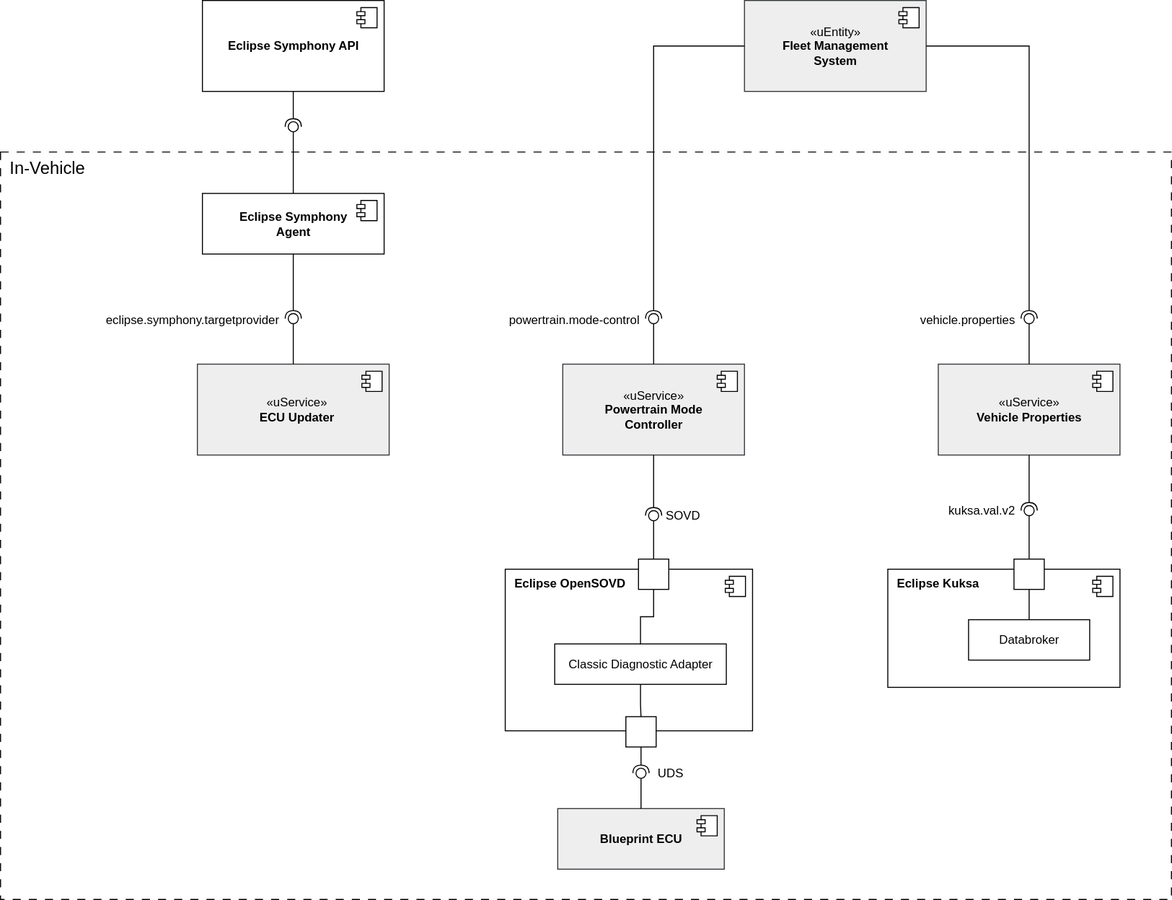
This is Top Level View.drawio.svg from eclipse-sdv-blueprints/commercial-sdv-stack, a draw.io export, as it was before one commit. Source tidied: cells renumbered, new cells last; positions are measured from the earlier drawing's top-left corner, leaving out a move shared by most shapes.
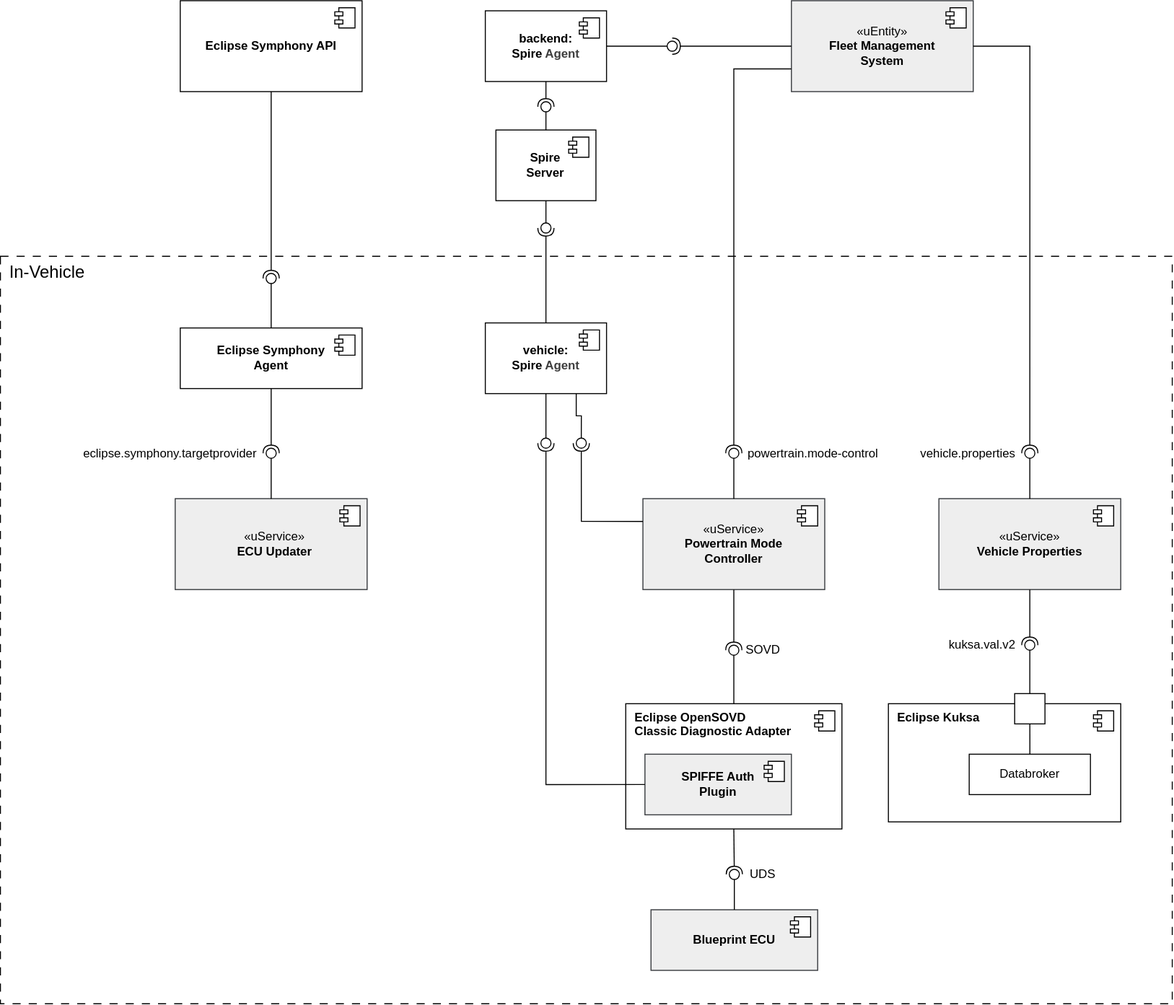
The same file after the commit.

Change to the diagram source:
```diff
@@ -3,30 +3,18 @@
     <mxCell id="0" />
     <mxCell id="1" parent="0" />
     <mxCell id="2" value="In-Vehicle" style="rounded=0;whiteSpace=wrap;html=1;fillColor=none;dashed=1;dashPattern=8 8;align=left;verticalAlign=top;fontSize=17;spacingLeft=7.874;" parent="1" vertex="1">
-      <mxGeometry y="150" width="1160" height="740" as="geometry" />
+      <mxGeometry y="253" width="1160" height="740" as="geometry" />
     </mxCell>
-    <mxCell id="3" value="&lt;b&gt;Eclipse OpenSOVD&lt;/b&gt;" style="html=1;whiteSpace=wrap;verticalAlign=top;align=left;spacingLeft=7.874;" parent="1" vertex="1">
-      <mxGeometry x="500" y="563" width="245" height="160" as="geometry" />
+    <mxCell id="3" value="&lt;b&gt;Eclipse OpenSOVD&lt;/b&gt;&lt;div&gt;&lt;b&gt;Classic Diagnostic Adapter&lt;/b&gt;&lt;/div&gt;" style="html=1;whiteSpace=wrap;verticalAlign=top;align=left;spacingLeft=7.874;" parent="1" vertex="1">
+      <mxGeometry x="619" y="696" width="214" height="124" as="geometry" />
     </mxCell>
     <mxCell id="4" style="shape=module;jettyWidth=8;jettyHeight=4;" parent="3" vertex="1">
       <mxGeometry x="1" width="20" height="20" relative="1" as="geometry">
         <mxPoint x="-27" y="7" as="offset" />
       </mxGeometry>
     </mxCell>
-    <mxCell id="5" style="html=1;rounded=0;direction=west;rotation=-90;" parent="1" vertex="1">
-      <mxGeometry x="632" y="553" width="30" height="30" as="geometry" />
-    </mxCell>
-    <mxCell id="6" style="edgeStyle=orthogonalEdgeStyle;rounded=0;jettySize=auto;html=1;entryX=0;entryY=0.5;entryDx=0;entryDy=0;endArrow=none;endFill=0;" parent="1" edge="1" source="7" target="33">
-      <mxGeometry relative="1" as="geometry" />
-    </mxCell>
-    <mxCell id="7" value="Classic Diagnostic Adapter" style="fontStyle=0;html=1;whiteSpace=wrap;" parent="1" vertex="1">
-      <mxGeometry x="549" y="637" width="170" height="40" as="geometry" />
-    </mxCell>
-    <mxCell id="8" style="edgeStyle=orthogonalEdgeStyle;rounded=0;jettySize=auto;html=1;exitX=1;exitY=0.5;exitDx=0;exitDy=0;entryX=0.5;entryY=0;entryDx=0;entryDy=0;endArrow=none;endFill=0;" parent="1" edge="1" source="5" target="7">
-      <mxGeometry relative="1" as="geometry" />
-    </mxCell>
     <mxCell id="9" value="«uService»&lt;br&gt;&lt;b&gt;ECU Updater&lt;/b&gt;" style="html=1;whiteSpace=wrap;fillColor=#eeeeee;strokeColor=#36393d;align=center;verticalAlign=middle;spacingLeft=7.874;" parent="1" vertex="1">
-      <mxGeometry x="195" y="360" width="190" height="90" as="geometry" />
+      <mxGeometry x="173" y="493" width="190" height="90" as="geometry" />
     </mxCell>
     <mxCell id="10" style="shape=module;jettyWidth=8;jettyHeight=4;" parent="9" vertex="1">
       <mxGeometry x="1" width="20" height="20" relative="1" as="geometry">
@@ -34,7 +22,7 @@
       </mxGeometry>
     </mxCell>
     <mxCell id="11" value="&lt;b&gt;Eclipse Symphony&lt;/b&gt;&lt;div&gt;&lt;b&gt;Agent&lt;/b&gt;&lt;/div&gt;" style="html=1;whiteSpace=wrap;" parent="1" vertex="1">
-      <mxGeometry x="200" y="191" width="180" height="60" as="geometry" />
+      <mxGeometry x="178" y="324" width="180" height="60" as="geometry" />
     </mxCell>
     <mxCell id="12" style="shape=module;jettyWidth=8;jettyHeight=4;" parent="11" vertex="1">
       <mxGeometry x="1" width="20" height="20" relative="1" as="geometry">
@@ -48,10 +36,10 @@
       <mxGeometry relative="1" as="geometry" />
     </mxCell>
     <mxCell id="15" value="eclipse.symphony.targetprovider" style="ellipse;align=right;fillColor=none;strokeColor=none;perimeter=centerPerimeter;points=[];outlineConnect=1;labelPosition=left;verticalLabelPosition=middle;verticalAlign=middle;spacingLeft=0;fontColor=default;spacingRight=7.874;" parent="1" vertex="1">
-      <mxGeometry x="285" y="310" width="10" height="10" as="geometry" />
+      <mxGeometry x="263" y="443" width="10" height="10" as="geometry" />
     </mxCell>
     <mxCell id="16" value="«uService»&lt;br&gt;&lt;b&gt;Vehicle Properties&lt;/b&gt;" style="html=1;whiteSpace=wrap;fillColor=#eeeeee;strokeColor=#36393d;" parent="1" vertex="1">
-      <mxGeometry x="929" y="360" width="180" height="90" as="geometry" />
+      <mxGeometry x="929" y="493" width="180" height="90" as="geometry" />
     </mxCell>
     <mxCell id="17" style="shape=module;jettyWidth=8;jettyHeight=4;" parent="16" vertex="1">
       <mxGeometry x="1" width="20" height="20" relative="1" as="geometry">
@@ -59,7 +47,7 @@
       </mxGeometry>
     </mxCell>
     <mxCell id="18" value="&lt;b&gt;Eclipse Kuksa&lt;/b&gt;" style="html=1;whiteSpace=wrap;verticalAlign=top;align=left;spacingLeft=7.874;" parent="1" vertex="1">
-      <mxGeometry x="879" y="563" width="230" height="117" as="geometry" />
+      <mxGeometry x="879" y="696" width="230" height="117" as="geometry" />
     </mxCell>
     <mxCell id="19" style="shape=module;jettyWidth=8;jettyHeight=4;" parent="18" vertex="1">
       <mxGeometry x="1" width="20" height="20" relative="1" as="geometry">
@@ -70,10 +58,10 @@
       <mxGeometry relative="1" as="geometry" />
     </mxCell>
     <mxCell id="21" style="html=1;rounded=0;direction=west;rotation=-90;" parent="1" vertex="1">
-      <mxGeometry x="1004" y="553" width="30" height="30" as="geometry" />
+      <mxGeometry x="1004" y="686" width="30" height="30" as="geometry" />
     </mxCell>
     <mxCell id="22" value="Databroker" style="fontStyle=0;html=1;whiteSpace=wrap;" parent="1" vertex="1">
-      <mxGeometry x="959" y="613" width="120" height="40" as="geometry" />
+      <mxGeometry x="959" y="746" width="120" height="40" as="geometry" />
     </mxCell>
     <mxCell id="23" style="rounded=0;jettySize=auto;html=1;endArrow=halfCircle;endFill=0;endSize=6;strokeWidth=1;sketch=0;exitX=0.5;exitY=1;exitDx=0;exitDy=0;align=right;labelPosition=left;verticalLabelPosition=middle;verticalAlign=middle;" parent="1" edge="1" source="16" target="25">
       <mxGeometry relative="1" as="geometry" />
@@ -82,10 +70,10 @@
       <mxGeometry relative="1" as="geometry" />
     </mxCell>
     <mxCell id="25" value="kuksa.val.v2" style="ellipse;whiteSpace=wrap;html=1;align=right;fillColor=none;strokeColor=none;perimeter=centerPerimeter;points=[];outlineConnect=1;labelPosition=left;verticalLabelPosition=middle;verticalAlign=middle;spacingRight=7.874;" parent="1" vertex="1">
-      <mxGeometry x="1014" y="500" width="10" height="10" as="geometry" />
+      <mxGeometry x="1014" y="633" width="10" height="10" as="geometry" />
     </mxCell>
     <mxCell id="26" value="&lt;b&gt;Eclipse Symphony API&lt;/b&gt;" style="html=1;whiteSpace=wrap;" parent="1" vertex="1">
-      <mxGeometry x="200" width="180" height="90" as="geometry" />
+      <mxGeometry x="178" width="180" height="90" as="geometry" />
     </mxCell>
     <mxCell id="27" style="shape=module;jettyWidth=8;jettyHeight=4;" parent="26" vertex="1">
       <mxGeometry x="1" width="20" height="20" relative="1" as="geometry">
@@ -99,21 +87,18 @@
       <mxGeometry relative="1" as="geometry" />
     </mxCell>
     <mxCell id="30" style="ellipse;whiteSpace=wrap;html=1;align=center;fillColor=none;strokeColor=none;perimeter=centerPerimeter;points=[];outlineConnect=1;" parent="1" vertex="1">
-      <mxGeometry x="285" y="120" width="10" height="10" as="geometry" />
+      <mxGeometry x="263" y="270" width="10" height="10" as="geometry" />
     </mxCell>
     <mxCell id="31" value="&lt;b&gt;Blueprint ECU&lt;/b&gt;" style="html=1;whiteSpace=wrap;fillColor=#eeeeee;strokeColor=#36393d;" parent="1" vertex="1">
-      <mxGeometry x="552" y="800" width="165" height="60" as="geometry" />
+      <mxGeometry x="644" y="900" width="165" height="60" as="geometry" />
     </mxCell>
     <mxCell id="32" style="shape=module;jettyWidth=8;jettyHeight=4;" parent="31" vertex="1">
       <mxGeometry x="1" width="20" height="20" relative="1" as="geometry">
         <mxPoint x="-27" y="7" as="offset" />
       </mxGeometry>
     </mxCell>
-    <mxCell id="33" style="html=1;rounded=0;direction=west;rotation=-90;" parent="1" vertex="1">
-      <mxGeometry x="619.5" y="709" width="30" height="30" as="geometry" />
-    </mxCell>
     <mxCell id="34" value="«uService»&lt;br&gt;&lt;b&gt;Powertrain Mode&lt;/b&gt;&lt;div&gt;&lt;b&gt;Controller&lt;/b&gt;&lt;/div&gt;" style="html=1;whiteSpace=wrap;fillColor=#eeeeee;strokeColor=#36393d;" parent="1" vertex="1">
-      <mxGeometry x="557" y="360" width="180" height="90" as="geometry" />
+      <mxGeometry x="636" y="493" width="180" height="90" as="geometry" />
     </mxCell>
     <mxCell id="35" style="shape=module;jettyWidth=8;jettyHeight=4;" parent="34" vertex="1">
       <mxGeometry x="1" width="20" height="20" relative="1" as="geometry">
@@ -121,24 +106,24 @@
       </mxGeometry>
     </mxCell>
     <mxCell id="36" style="ellipse;whiteSpace=wrap;html=1;align=center;fillColor=none;strokeColor=none;perimeter=centerPerimeter;" parent="1" vertex="1">
-      <mxGeometry x="642" y="503" width="10" height="10" as="geometry" />
+      <mxGeometry x="721" y="636" width="10" height="10" as="geometry" />
     </mxCell>
     <mxCell id="37" value="«uEntity»&lt;br&gt;&lt;b&gt;Fleet Management&lt;/b&gt;&lt;div&gt;&lt;b&gt;System&lt;/b&gt;&lt;/div&gt;" style="html=1;whiteSpace=wrap;fillColor=#eeeeee;strokeColor=#36393d;" parent="1" vertex="1">
-      <mxGeometry x="737" width="180" height="90" as="geometry" />
+      <mxGeometry x="783" width="180" height="90" as="geometry" />
     </mxCell>
     <mxCell id="38" style="shape=module;jettyWidth=8;jettyHeight=4;" parent="37" vertex="1">
       <mxGeometry x="1" width="20" height="20" relative="1" as="geometry">
         <mxPoint x="-27" y="7" as="offset" />
       </mxGeometry>
     </mxCell>
-    <mxCell id="39" style="rounded=0;jettySize=auto;html=1;endArrow=halfCircle;endFill=0;endSize=6;strokeWidth=1;sketch=0;exitX=0;exitY=0.5;exitDx=0;exitDy=0;edgeStyle=orthogonalEdgeStyle;" parent="1" edge="1" source="37" target="41">
+    <mxCell id="39" style="rounded=0;jettySize=auto;html=1;endArrow=halfCircle;endFill=0;endSize=6;strokeWidth=1;sketch=0;exitX=0;exitY=0.75;exitDx=0;exitDy=0;edgeStyle=orthogonalEdgeStyle;" parent="1" edge="1" source="37" target="41">
       <mxGeometry relative="1" as="geometry" />
     </mxCell>
     <mxCell id="40" style="rounded=0;jettySize=auto;html=1;endArrow=oval;endFill=0;sketch=0;sourcePerimeterSpacing=0;targetPerimeterSpacing=0;endSize=10;exitX=0.5;exitY=0;exitDx=0;exitDy=0;" parent="1" edge="1" source="34" target="41">
       <mxGeometry relative="1" as="geometry" />
     </mxCell>
-    <mxCell id="41" value="powertrain.mode-control" style="ellipse;align=right;fillColor=none;strokeColor=none;perimeter=centerPerimeter;points=[];outlineConnect=1;fontColor=default;labelPosition=left;verticalLabelPosition=middle;verticalAlign=middle;spacingRight=7.874;" parent="1" vertex="1">
-      <mxGeometry x="642" y="310" width="10" height="10" as="geometry" />
+    <mxCell id="41" value="powertrain.mode-control" style="ellipse;align=left;fillColor=none;strokeColor=none;perimeter=centerPerimeter;points=[];outlineConnect=1;fontColor=default;labelPosition=left;verticalLabelPosition=middle;verticalAlign=middle;spacingRight=0;spacingLeft=27;" parent="1" vertex="1">
+      <mxGeometry x="721" y="443" width="10" height="10" as="geometry" />
     </mxCell>
     <mxCell id="42" style="rounded=0;jettySize=auto;html=1;endArrow=halfCircle;endFill=0;endSize=6;strokeWidth=1;sketch=0;exitX=1;exitY=0.5;exitDx=0;exitDy=0;edgeStyle=orthogonalEdgeStyle;" parent="1" edge="1" source="37" target="44">
       <mxGeometry relative="1" as="geometry" />
@@ -147,25 +132,102 @@
       <mxGeometry relative="1" as="geometry" />
     </mxCell>
     <mxCell id="44" value="vehicle.properties" style="ellipse;align=right;fillColor=none;strokeColor=none;perimeter=centerPerimeter;points=[];outlineConnect=1;labelPosition=left;verticalLabelPosition=middle;verticalAlign=middle;spacingRight=7.874;" parent="1" vertex="1">
-      <mxGeometry x="1014" y="310" width="10" height="10" as="geometry" />
+      <mxGeometry x="1014" y="443" width="10" height="10" as="geometry" />
     </mxCell>
     <mxCell id="45" style="rounded=0;jettySize=auto;html=1;endArrow=halfCircle;endFill=0;endSize=6;strokeWidth=1;sketch=0;exitX=0.5;exitY=1;exitDx=0;exitDy=0;" parent="1" edge="1" source="34" target="47">
       <mxGeometry relative="1" as="geometry" />
     </mxCell>
-    <mxCell id="46" style="rounded=0;jettySize=auto;html=1;endArrow=oval;endFill=0;sketch=0;sourcePerimeterSpacing=0;targetPerimeterSpacing=0;endSize=10;exitX=0;exitY=0.5;exitDx=0;exitDy=0;" parent="1" edge="1" source="5" target="47">
+    <mxCell id="46" style="rounded=0;jettySize=auto;html=1;endArrow=oval;endFill=0;sketch=0;sourcePerimeterSpacing=0;targetPerimeterSpacing=0;endSize=10;exitX=0.5;exitY=0;exitDx=0;exitDy=0;" parent="1" edge="1" source="3" target="47">
       <mxGeometry relative="1" as="geometry" />
     </mxCell>
     <mxCell id="47" value="SOVD" style="ellipse;whiteSpace=wrap;html=1;align=left;fillColor=none;strokeColor=none;perimeter=centerPerimeter;points=[];outlineConnect=1;spacingRight=0;spacingLeft=15.748;" parent="1" vertex="1">
-      <mxGeometry x="642" y="505" width="10" height="10" as="geometry" />
+      <mxGeometry x="721" y="638" width="10" height="10" as="geometry" />
     </mxCell>
-    <mxCell id="48" style="rounded=0;jettySize=auto;html=1;endArrow=halfCircle;endFill=0;endSize=6;strokeWidth=1;sketch=0;exitX=1;exitY=0.5;exitDx=0;exitDy=0;" parent="1" edge="1" source="33" target="50">
+    <mxCell id="48" style="rounded=0;jettySize=auto;html=1;endArrow=halfCircle;endFill=0;endSize=6;strokeWidth=1;sketch=0;exitX=0.5;exitY=1;exitDx=0;exitDy=0;" parent="1" edge="1" source="3" target="50">
       <mxGeometry relative="1" as="geometry" />
     </mxCell>
     <mxCell id="49" style="rounded=0;jettySize=auto;html=1;endArrow=oval;endFill=0;sketch=0;sourcePerimeterSpacing=0;targetPerimeterSpacing=0;endSize=10;exitX=0.5;exitY=0;exitDx=0;exitDy=0;" parent="1" edge="1" source="31" target="50">
       <mxGeometry relative="1" as="geometry" />
     </mxCell>
     <mxCell id="50" value="UDS" style="ellipse;whiteSpace=wrap;html=1;align=left;fillColor=none;strokeColor=none;perimeter=centerPerimeter;points=[];outlineConnect=1;spacingLeft=19.685;" parent="1" vertex="1">
-      <mxGeometry x="629.5" y="760" width="10" height="10" as="geometry" />
+      <mxGeometry x="721.5" y="860" width="10" height="10" as="geometry" />
     </mxCell>
+    <mxCell id="51" value="&lt;b&gt;Spire&lt;br&gt;Server&lt;/b&gt;" style="html=1;whiteSpace=wrap;" parent="1" vertex="1">
+      <mxGeometry x="490.5" y="128" width="99" height="70" as="geometry" />
+    </mxCell>
+    <mxCell id="52" style="shape=module;jettyWidth=8;jettyHeight=4;" parent="51" vertex="1">
+      <mxGeometry x="1" width="20" height="20" relative="1" as="geometry">
+        <mxPoint x="-27" y="7" as="offset" />
+      </mxGeometry>
+    </mxCell>
+    <mxCell id="53" value="&lt;b&gt;backend:&lt;/b&gt;&lt;div&gt;&lt;b&gt;Spire&amp;nbsp;&lt;/b&gt;&lt;b style=&quot;color: rgb(63, 63, 63); background-color: transparent;&quot;&gt;Agent&lt;/b&gt;&lt;/div&gt;" style="html=1;whiteSpace=wrap;" parent="1" vertex="1">
+      <mxGeometry x="480" y="10" width="120" height="70" as="geometry" />
+    </mxCell>
+    <mxCell id="54" style="shape=module;jettyWidth=8;jettyHeight=4;" parent="53" vertex="1">
+      <mxGeometry x="1" width="20" height="20" relative="1" as="geometry">
+        <mxPoint x="-27" y="7" as="offset" />
+      </mxGeometry>
+    </mxCell>
+    <mxCell id="55" style="rounded=0;jettySize=auto;html=1;endArrow=halfCircle;endFill=0;endSize=6;strokeWidth=1;sketch=0;exitX=0.5;exitY=1;exitDx=0;exitDy=0;" parent="1" edge="1" source="53" target="57">
+      <mxGeometry relative="1" as="geometry" />
+    </mxCell>
+    <mxCell id="56" style="rounded=0;jettySize=auto;html=1;endArrow=oval;endFill=0;sketch=0;sourcePerimeterSpacing=0;targetPerimeterSpacing=0;endSize=10;exitX=0.5;exitY=0;exitDx=0;exitDy=0;" parent="1" edge="1" source="51" target="57">
+      <mxGeometry relative="1" as="geometry" />
+    </mxCell>
+    <mxCell id="57" style="ellipse;whiteSpace=wrap;html=1;align=center;fillColor=none;strokeColor=none;perimeter=centerPerimeter;points=[];outlineConnect=1;" parent="1" vertex="1">
+      <mxGeometry x="535" y="100" width="10" height="10" as="geometry" />
+    </mxCell>
+    <mxCell id="58" style="rounded=0;jettySize=auto;html=1;endArrow=halfCircle;endFill=0;endSize=6;strokeWidth=1;sketch=0;exitX=0;exitY=0.5;exitDx=0;exitDy=0;" parent="1" edge="1" source="37" target="60">
+      <mxGeometry relative="1" as="geometry" />
+    </mxCell>
+    <mxCell id="59" style="rounded=0;jettySize=auto;html=1;endArrow=oval;endFill=0;sketch=0;sourcePerimeterSpacing=0;targetPerimeterSpacing=0;endSize=10;exitX=1;exitY=0.5;exitDx=0;exitDy=0;" parent="1" edge="1" source="53" target="60">
+      <mxGeometry relative="1" as="geometry" />
+    </mxCell>
+    <mxCell id="60" style="ellipse;whiteSpace=wrap;html=1;align=center;fillColor=none;strokeColor=none;perimeter=centerPerimeter;points=[];outlineConnect=1;" parent="1" vertex="1">
+      <mxGeometry x="660" y="40" width="10" height="10" as="geometry" />
+    </mxCell>
+    <mxCell id="61" value="&lt;b&gt;vehicle:&lt;/b&gt;&lt;div&gt;&lt;b&gt;Spire &lt;/b&gt;&lt;b style=&quot;color: rgb(63, 63, 63); background-color: transparent;&quot;&gt;Agent&lt;/b&gt;&lt;/div&gt;" style="html=1;whiteSpace=wrap;" parent="1" vertex="1">
+      <mxGeometry x="480" y="319" width="120" height="70" as="geometry" />
+    </mxCell>
+    <mxCell id="62" style="shape=module;jettyWidth=8;jettyHeight=4;" parent="61" vertex="1">
+      <mxGeometry x="1" width="20" height="20" relative="1" as="geometry">
+        <mxPoint x="-27" y="7" as="offset" />
+      </mxGeometry>
+    </mxCell>
+    <mxCell id="63" value="&lt;b&gt;SPIFFE Auth&lt;/b&gt;&lt;div&gt;&lt;b&gt;Plugin&lt;/b&gt;&lt;/div&gt;" style="html=1;whiteSpace=wrap;fillColor=#eeeeee;strokeColor=#36393d;" parent="1" vertex="1">
+      <mxGeometry x="638" y="746" width="145" height="60" as="geometry" />
+    </mxCell>
+    <mxCell id="64" style="shape=module;jettyWidth=8;jettyHeight=4;" parent="63" vertex="1">
+      <mxGeometry x="1" width="20" height="20" relative="1" as="geometry">
+        <mxPoint x="-27" y="7" as="offset" />
+      </mxGeometry>
+    </mxCell>
+    <mxCell id="65" style="rounded=0;jettySize=auto;html=1;endArrow=halfCircle;endFill=0;endSize=6;strokeWidth=1;sketch=0;exitX=0.5;exitY=0;exitDx=0;exitDy=0;" parent="1" edge="1" source="61" target="67">
+      <mxGeometry relative="1" as="geometry" />
+    </mxCell>
+    <mxCell id="66" style="rounded=0;jettySize=auto;html=1;endArrow=oval;endFill=0;sketch=0;sourcePerimeterSpacing=0;targetPerimeterSpacing=0;endSize=10;exitX=0.5;exitY=1;exitDx=0;exitDy=0;" parent="1" edge="1" source="51" target="67">
+      <mxGeometry relative="1" as="geometry" />
+    </mxCell>
+    <mxCell id="67" style="ellipse;whiteSpace=wrap;html=1;align=center;fillColor=none;strokeColor=none;perimeter=centerPerimeter;points=[];outlineConnect=1;" parent="1" vertex="1">
+      <mxGeometry x="535" y="220" width="10" height="10" as="geometry" />
+    </mxCell>
+    <mxCell id="68" style="rounded=0;jettySize=auto;html=1;endArrow=halfCircle;endFill=0;endSize=6;strokeWidth=1;sketch=0;exitX=0;exitY=0.25;exitDx=0;exitDy=0;edgeStyle=orthogonalEdgeStyle;" parent="1" edge="1" source="34" target="70">
+      <mxGeometry relative="1" as="geometry" />
+    </mxCell>
+    <mxCell id="69" style="rounded=0;jettySize=auto;html=1;endArrow=oval;endFill=0;sketch=0;sourcePerimeterSpacing=0;targetPerimeterSpacing=0;endSize=10;exitX=0.75;exitY=1;exitDx=0;exitDy=0;edgeStyle=orthogonalEdgeStyle;" parent="1" edge="1" source="61" target="70">
+      <mxGeometry relative="1" as="geometry" />
+    </mxCell>
+    <mxCell id="70" style="ellipse;whiteSpace=wrap;html=1;align=center;fillColor=none;strokeColor=none;perimeter=centerPerimeter;points=[];outlineConnect=1;" parent="1" vertex="1">
+      <mxGeometry x="570" y="433" width="10" height="10" as="geometry" />
+    </mxCell>
+    <mxCell id="71" style="rounded=0;jettySize=auto;html=1;endArrow=halfCircle;endFill=0;endSize=6;strokeWidth=1;sketch=0;exitX=0;exitY=0.5;exitDx=0;exitDy=0;edgeStyle=orthogonalEdgeStyle;" parent="1" edge="1" source="63" target="73">
+      <mxGeometry relative="1" as="geometry" />
+    </mxCell>
+    <mxCell id="72" style="rounded=0;jettySize=auto;html=1;endArrow=oval;endFill=0;sketch=0;sourcePerimeterSpacing=0;targetPerimeterSpacing=0;endSize=10;exitX=0.5;exitY=1;exitDx=0;exitDy=0;" parent="1" edge="1" source="61" target="73">
+      <mxGeometry relative="1" as="geometry" />
+    </mxCell>
+    <mxCell id="73" style="ellipse;whiteSpace=wrap;html=1;align=center;fillColor=none;strokeColor=none;perimeter=centerPerimeter;points=[];outlineConnect=1;" parent="1" vertex="1">
+      <mxGeometry x="535" y="433" width="10" height="10" as="geometry" />
+    </mxCell>
   </root>
 </mxGraphModel>
```
